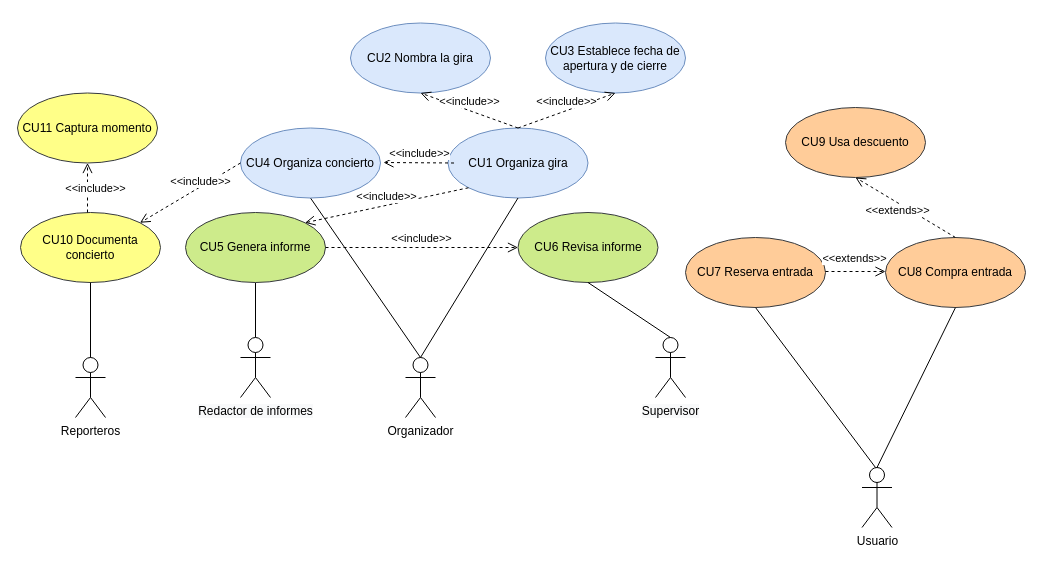
Above: Casos de uso.drawio in Lusaka12/AgenciaConciertos (draw.io), before the change. Source tidied: cells renumbered, new cells numbered last; positions are measured from the earlier drawing's top-left corner, leaving out a move shared by most shapes. Both pictures are drawn from the tidied source at 100%, with x=0, y=0 at pixel (17, 23).
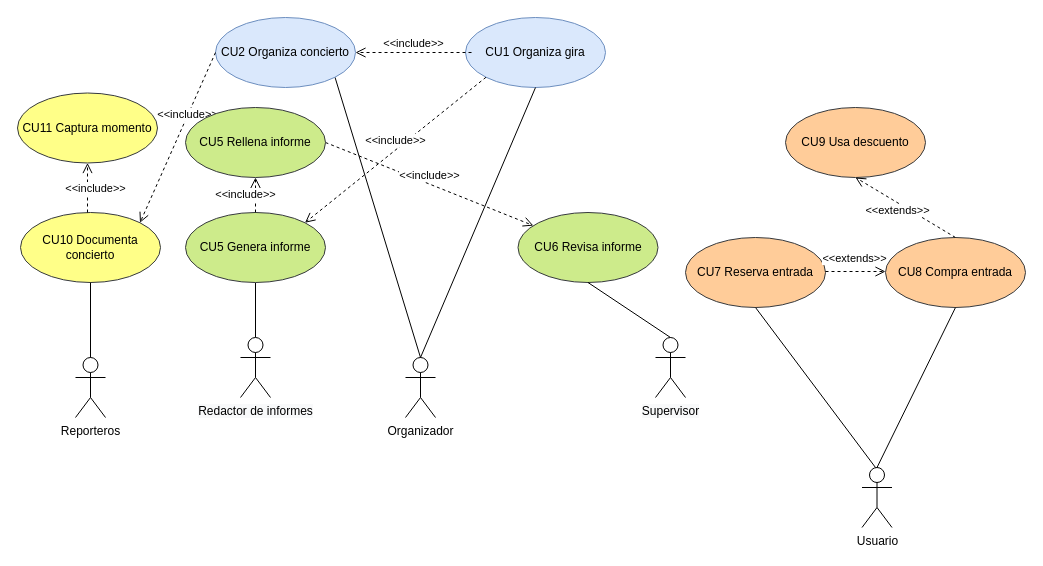
The same diagram, later.

Unchanged cells that the change refers to:
```xml
<mxCell id="2" value="Organizador" style="shape=umlActor;verticalLabelPosition=bottom;labelBackgroundColor=#ffffff;verticalAlign=top;html=1;" parent="1" vertex="1">
  <mxGeometry x="388" y="334" width="30" height="60" as="geometry" />
</mxCell>
<mxCell id="9" value="CU5 Genera informe" style="ellipse;whiteSpace=wrap;html=1;fillColor=#cdeb8b;strokeColor=#36393d;" parent="1" vertex="1">
  <mxGeometry x="168" y="189" width="140" height="70" as="geometry" />
</mxCell>
<mxCell id="10" value="CU6 Revisa informe" style="ellipse;whiteSpace=wrap;html=1;fillColor=#cdeb8b;strokeColor=#36393d;" parent="1" vertex="1">
  <mxGeometry x="500.5" y="189" width="140" height="70" as="geometry" />
</mxCell>
```

The edit, as a diff of the source:
```diff
@@
     <mxCell id="3" value="CU1 Organiza gira" style="ellipse;whiteSpace=wrap;html=1;fillColor=#dae8fc;strokeColor=#6c8ebf;" parent="1" vertex="1">
-      <mxGeometry x="430.5" y="104.5" width="140" height="70" as="geometry" />
+      <mxGeometry x="448" y="-6" width="140" height="70" as="geometry" />
     </mxCell>
@@
-    <mxCell id="6" style="html=1;verticalAlign=bottom;endArrow=none;entryX=0.5;entryY=1;entryDx=0;entryDy=0;exitX=0.5;exitY=0;exitDx=0;exitDy=0;exitPerimeter=0;strokeColor=#000000;endFill=0;" parent="1" edge="1" source="2" target="8">
+    <mxCell id="6" style="html=1;verticalAlign=bottom;endArrow=none;entryX=1;entryY=1;entryDx=0;entryDy=0;exitX=0.5;exitY=0;exitDx=0;exitDy=0;exitPerimeter=0;strokeColor=#000000;endFill=0;" parent="1" edge="1" source="2" target="8">
       <mxGeometry relative="1" as="geometry" />
     </mxCell>
@@
-    <mxCell id="8" value="CU4 Organiza concierto" style="ellipse;whiteSpace=wrap;html=1;fillColor=#dae8fc;strokeColor=#6c8ebf;" parent="1" vertex="1">
-      <mxGeometry x="223" y="104.5" width="140" height="70" as="geometry" />
+    <mxCell id="8" value="CU2 Organiza concierto" style="ellipse;whiteSpace=wrap;html=1;fillColor=#dae8fc;strokeColor=#6c8ebf;" parent="1" vertex="1">
+      <mxGeometry x="198" y="-6" width="140" height="70" as="geometry" />
     </mxCell>
@@
-    <mxCell id="20" value="&amp;lt;&amp;lt;include&amp;gt;&amp;gt;" style="html=1;verticalAlign=bottom;endArrow=open;dashed=1;endSize=8;exitX=1;exitY=0.5;exitDx=0;exitDy=0;" parent="1" edge="1" source="9" target="10">
+    <mxCell id="20" value="&amp;lt;&amp;lt;include&amp;gt;&amp;gt;" style="html=1;verticalAlign=bottom;endArrow=open;dashed=1;endSize=8;exitX=1;exitY=0.5;exitDx=0;exitDy=0;" parent="1" edge="1" source="34" target="10">
       <mxGeometry relative="1" as="geometry" />
     </mxCell>
-    <mxCell id="21" value="&amp;lt;&amp;lt;include&amp;gt;&amp;gt;" style="html=1;verticalAlign=bottom;endArrow=open;dashed=1;endSize=8;exitX=0.043;exitY=0.5;exitDx=0;exitDy=0;exitPerimeter=0;" parent="1" edge="1" source="3">
-      <mxGeometry relative="1" as="geometry">
-        <mxPoint x="366" y="139" as="targetPoint" />
-      </mxGeometry>
+    <mxCell id="21" value="&amp;lt;&amp;lt;include&amp;gt;&amp;gt;" style="html=1;verticalAlign=bottom;endArrow=open;dashed=1;endSize=8;exitX=0.043;exitY=0.5;exitDx=0;exitDy=0;exitPerimeter=0;entryX=1;entryY=0.5;entryDx=0;entryDy=0;" parent="1" edge="1" source="3" target="8">
+      <mxGeometry relative="1" as="geometry" />
     </mxCell>
@@
-    <mxCell id="30" value="CU2 Nombra la gira" style="ellipse;whiteSpace=wrap;html=1;fillColor=#dae8fc;strokeColor=#6c8ebf;" parent="1" vertex="1">
-      <mxGeometry x="333" y="-0.5" width="140" height="70" as="geometry" />
-    </mxCell>
-    <mxCell id="31" value="CU3 Establece fecha de apertura y de cierre" style="ellipse;whiteSpace=wrap;html=1;fillColor=#dae8fc;strokeColor=#6c8ebf;" parent="1" vertex="1">
-      <mxGeometry x="528" y="-0.5" width="140" height="70" as="geometry" />
-    </mxCell>
-    <mxCell id="32" value="&amp;lt;&amp;lt;include&amp;gt;&amp;gt;" style="html=1;verticalAlign=bottom;endArrow=open;dashed=1;endSize=8;exitX=0.5;exitY=0;exitDx=0;exitDy=0;entryX=0.5;entryY=1;entryDx=0;entryDy=0;" parent="1" edge="1" source="3" target="31">
-      <mxGeometry relative="1" as="geometry" />
-    </mxCell>
-    <mxCell id="33" value="&amp;lt;&amp;lt;include&amp;gt;&amp;gt;" style="html=1;verticalAlign=bottom;endArrow=open;dashed=1;endSize=8;exitX=0.5;exitY=0;exitDx=0;exitDy=0;entryX=0.5;entryY=1;entryDx=0;entryDy=0;" parent="1" edge="1" source="3" target="30">
-      <mxGeometry relative="1" as="geometry" />
-    </mxCell>
+    <mxCell id="34" value="CU5 Rellena informe" style="ellipse;whiteSpace=wrap;html=1;fillColor=#cdeb8b;strokeColor=#36393d;" parent="1" vertex="1">
+      <mxGeometry x="168" y="84" width="140" height="70" as="geometry" />
+    </mxCell>
+    <mxCell id="35" value="&amp;lt;&amp;lt;include&amp;gt;&amp;gt;" style="endArrow=open;endSize=12;dashed=1;html=1;exitX=0.5;exitY=0;exitDx=0;exitDy=0;entryX=0.5;entryY=1;entryDx=0;entryDy=0;" parent="1" edge="1" source="9" target="34">
+      <mxGeometry y="10" relative="1" as="geometry" />
+    </mxCell>
```
